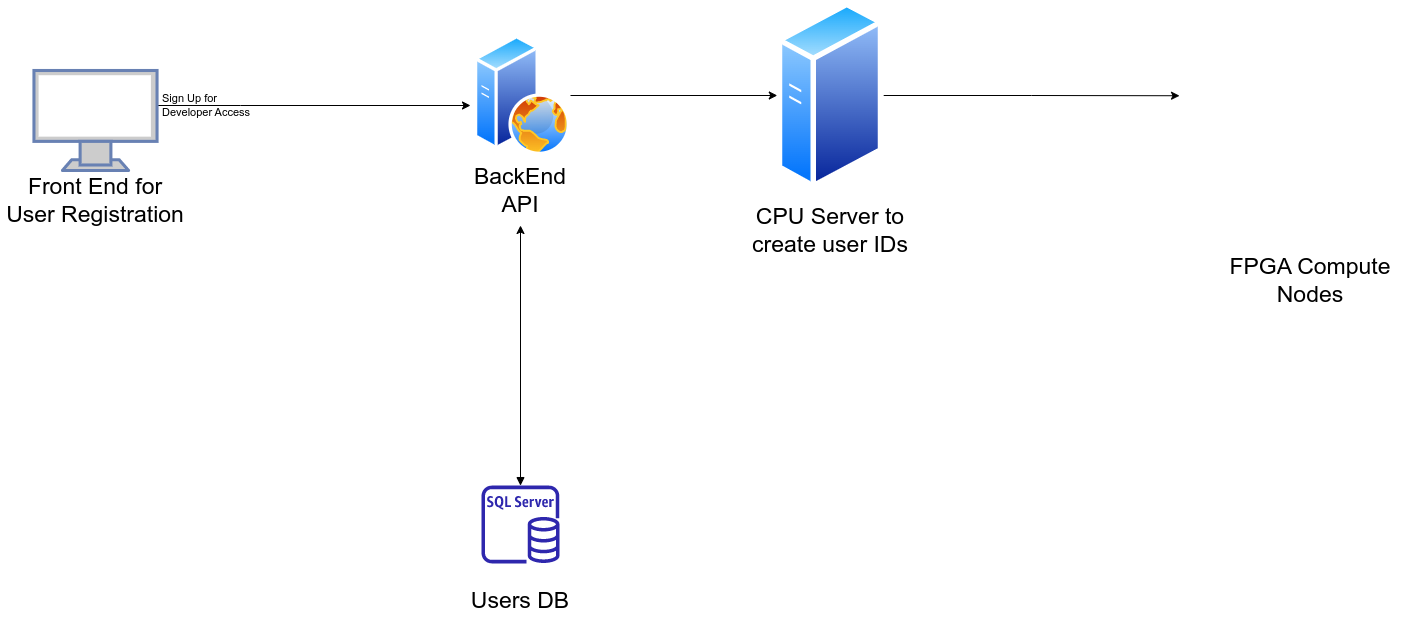
The draw.io diagram Intel DevCloud Flow.drawio.png in belanasaikiran/FlowCharts, before a commit. Source tidied: cells renumbered, new cells last; positions are measured from the earlier drawing's top-left corner, leaving out a move shared by most shapes.
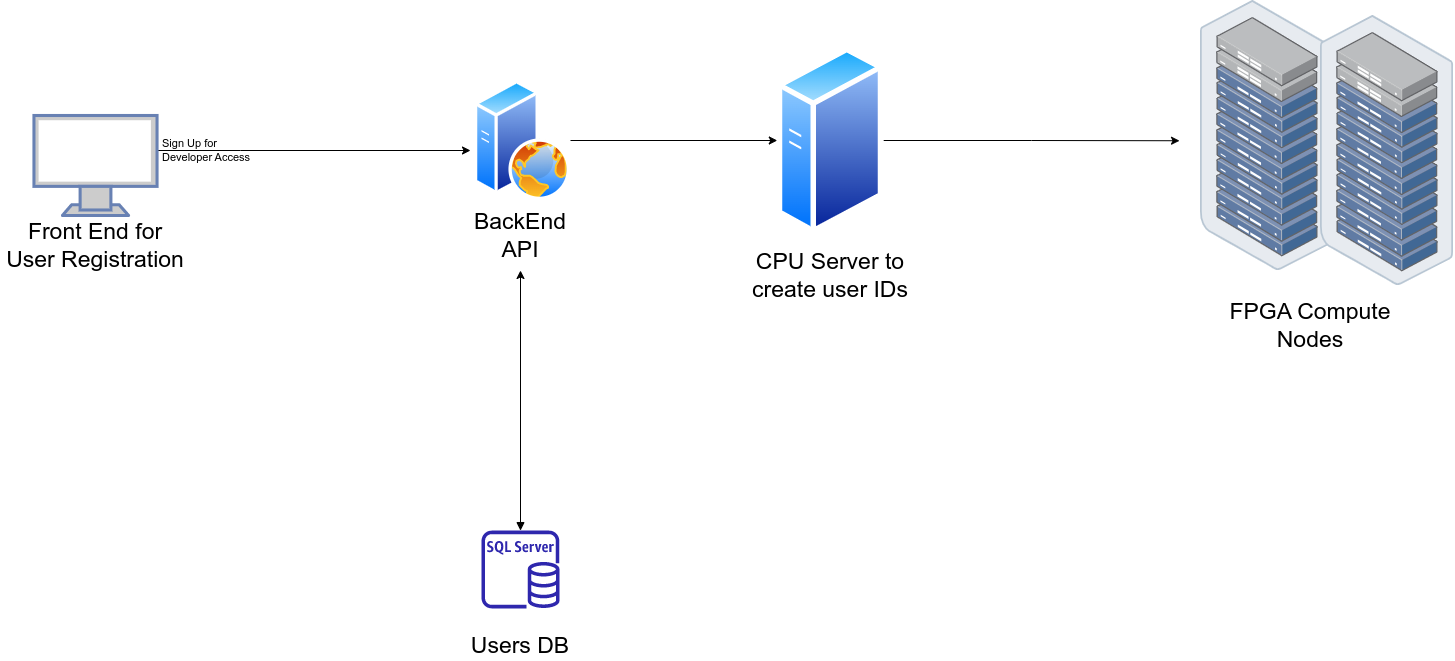
After the change.

Change to the diagram source:
```diff
@@ -63,5 +63,11 @@
     <mxCell id="18" value="Sign Up for Developer Access" style="text;html=1;strokeColor=none;fillColor=none;align=left;verticalAlign=middle;whiteSpace=wrap;rounded=0;fontSize=11;" parent="1" vertex="1">
       <mxGeometry x="160" y="72.5" width="110" height="65" as="geometry" />
     </mxCell>
+    <mxCell id="19" style="html=1;align=center;shadow=0;dashed=0;image;image=img/lib/allied_telesis/storage/Datacenter_Server_Rack_ToR.svg;fontSize=11;" parent="1" vertex="1">
+      <mxGeometry x="1200" y="-45" width="133.2" height="270" as="geometry" />
+    </mxCell>
+    <mxCell id="20" style="html=1;align=center;shadow=0;dashed=0;image;image=img/lib/allied_telesis/storage/Datacenter_Server_Rack_ToR.svg;fontSize=11;" parent="1" vertex="1">
+      <mxGeometry x="1320" y="-30" width="133.2" height="270" as="geometry" />
+    </mxCell>
   </root>
 </mxGraphModel>
```
